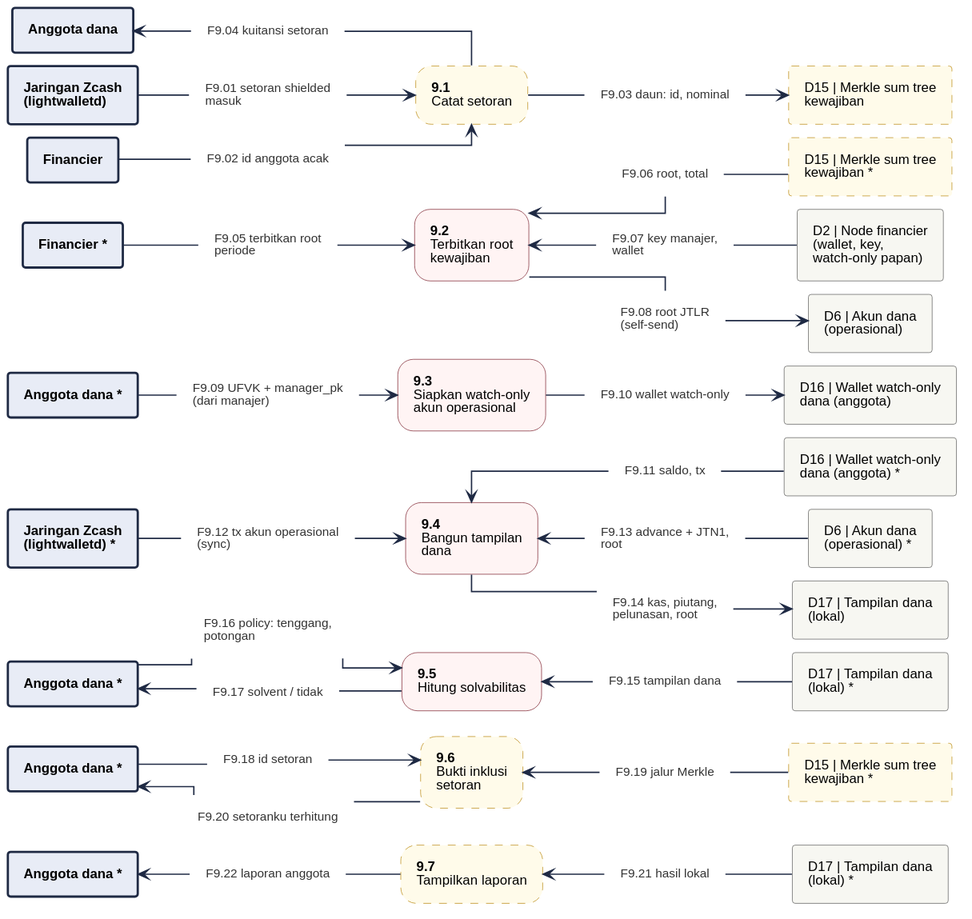
JitsuinFi/jitsuinfi-vault keeps this PlantUML diagram as 08-FlowDiagrams/assets/dfd-2-9.svg. Above is the earlier version.
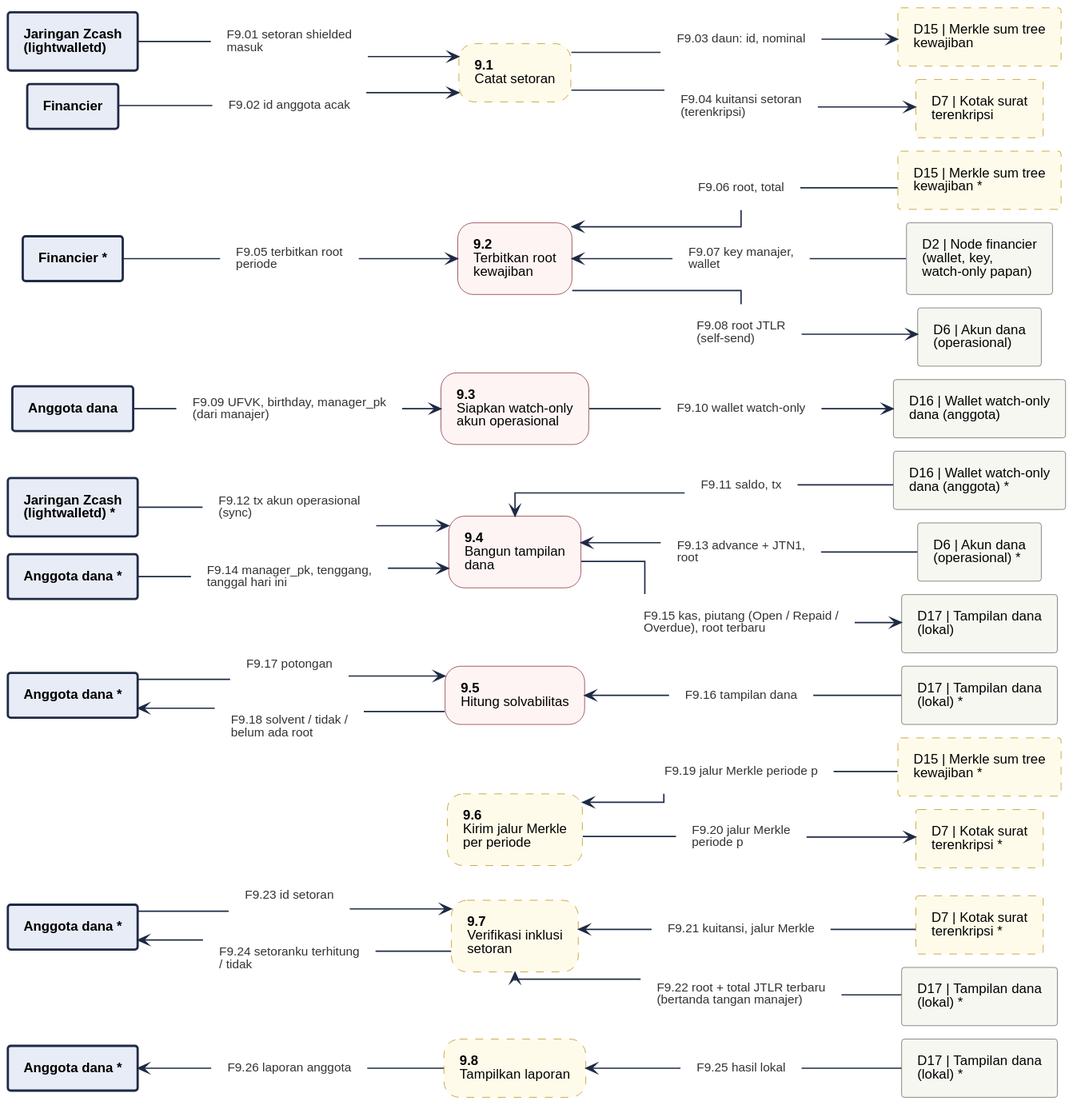
Later version of the same file.

What changed in the source:
```diff
@@ -3,28 +3,33 @@
 left to right direction
 skinparam nodesep 12
 skinparam ranksep 35
+rectangle "Anggota dana *" <<entity>> as M_8
+rectangle "D17 | Tampilan dana\n(lokal) *" <<store>> as D17_8
 rectangle "Anggota dana *" <<entity>> as M_7
 rectangle "D17 | Tampilan dana\n(lokal) *" <<store>> as D17_7
+rectangle "D7 | Kotak surat\nterenkripsi *" <<storeproposal>> as D7_7
+rectangle "D7 | Kotak surat\nterenkripsi *" <<storeproposal>> as D7_6
 rectangle "D15 | Merkle sum tree\nkewajiban *" <<storeproposal>> as D15_6
-rectangle "Anggota dana *" <<entity>> as M_6
 rectangle "Anggota dana *" <<entity>> as M_5
 rectangle "D17 | Tampilan dana\n(lokal) *" <<store>> as D17_5
 rectangle "D17 | Tampilan dana\n(lokal)" <<store>> as D17_4
+rectangle "Anggota dana *" <<entity>> as M_4
 rectangle "D6 | Akun dana\n(operasional) *" <<store>> as D6_4
 rectangle "Jaringan Zcash\n(lightwalletd) *" <<entity>> as Z_4
 rectangle "D16 | Wallet watch-only\ndana (anggota) *" <<store>> as D16_4
 rectangle "D16 | Wallet watch-only\ndana (anggota)" <<store>> as D16_3
-rectangle "Anggota dana *" <<entity>> as M_3
+rectangle "Anggota dana" <<entity>> as M_3
 rectangle "D6 | Akun dana\n(operasional)" <<store>> as D6_2
 rectangle "D2 | Node financier\n(wallet, key,\nwatch-only papan)" <<store>> as D2_2
 rectangle "D15 | Merkle sum tree\nkewajiban *" <<storeproposal>> as D15_2
 rectangle "Financier *" <<entity>> as F_2
-rectangle "Anggota dana" <<entity>> as M_1
+rectangle "D7 | Kotak surat\nterenkripsi" <<storeproposal>> as D7_1
 rectangle "D15 | Merkle sum tree\nkewajiban" <<storeproposal>> as D15_1
 rectangle "Financier" <<entity>> as F_1
 rectangle "Jaringan Zcash\n(lightwalletd)" <<entity>> as Z_1
-rectangle "**9.7**\nTampilkan laporan" <<proposal>> as P7
-rectangle "**9.6**\nBukti inklusi\nsetoran" <<proposal>> as P6
+rectangle "**9.8**\nTampilkan laporan" <<proposal>> as P8
+rectangle "**9.7**\nVerifikasi inklusi\nsetoran" <<proposal>> as P7
+rectangle "**9.6**\nKirim jalur Merkle\nper periode" <<proposal>> as P6
 rectangle "**9.5**\nHitung solvabilitas" <<process>> as P5
 rectangle "**9.4**\nBangun tampilan\ndana" <<process>> as P4
 rectangle "**9.3**\nSiapkan watch-only\nakun operasional" <<process>> as P3
@@ -33,33 +38,37 @@
 rectangle "F9.01 setoran shielded\nmasuk" <<flow>> as f_F9_01
 rectangle "F9.02 id anggota acak" <<flow>> as f_F9_02
 rectangle "F9.03 daun: id, nominal" <<flow>> as f_F9_03
-rectangle "F9.04 kuitansi setoran" <<flow>> as f_F9_04
+rectangle "F9.04 kuitansi setoran\n(terenkripsi)" <<flow>> as f_F9_04
 rectangle "F9.05 terbitkan root\nperiode" <<flow>> as f_F9_05
 rectangle "F9.06 root, total" <<flow>> as f_F9_06
 rectangle "F9.07 key manajer,\nwallet" <<flow>> as f_F9_07
 rectangle "F9.08 root JTLR\n(self-send)" <<flow>> as f_F9_08
-rectangle "F9.09 UFVK + manager_pk\n(dari manajer)" <<flow>> as f_F9_09
+rectangle "F9.09 UFVK, birthday, manager_pk\n(dari manajer)" <<flow>> as f_F9_09
 rectangle "F9.10 wallet watch-only" <<flow>> as f_F9_10
 rectangle "F9.11 saldo, tx" <<flow>> as f_F9_11
 rectangle "F9.12 tx akun operasional\n(sync)" <<flow>> as f_F9_12
 rectangle "F9.13 advance + JTN1,\nroot" <<flow>> as f_F9_13
-rectangle "F9.14 kas, piutang,\npelunasan, root" <<flow>> as f_F9_14
-rectangle "F9.15 tampilan dana" <<flow>> as f_F9_15
-rectangle "F9.16 policy: tenggang,\npotongan" <<flow>> as f_F9_16
-rectangle "F9.17 solvent / tidak" <<flow>> as f_F9_17
-rectangle "F9.18 id setoran" <<flow>> as f_F9_18
-rectangle "F9.19 jalur Merkle" <<flow>> as f_F9_19
-rectangle "F9.20 setoranku terhitung" <<flow>> as f_F9_20
-rectangle "F9.21 hasil lokal" <<flow>> as f_F9_21
-rectangle "F9.22 laporan anggota" <<flow>> as f_F9_22
+rectangle "F9.14 manager_pk, tenggang,\ntanggal hari ini" <<flow>> as f_F9_14
+rectangle "F9.15 kas, piutang (Open / Repaid /\nOverdue), root terbaru" <<flow>> as f_F9_15
+rectangle "F9.16 tampilan dana" <<flow>> as f_F9_16
+rectangle "F9.17 potongan" <<flow>> as f_F9_17
+rectangle "F9.18 solvent / tidak /\nbelum ada root" <<flow>> as f_F9_18
+rectangle "F9.19 jalur Merkle periode p" <<flow>> as f_F9_19
+rectangle "F9.20 jalur Merkle\nperiode p" <<flow>> as f_F9_20
+rectangle "F9.21 kuitansi, jalur Merkle" <<flow>> as f_F9_21
+rectangle "F9.22 root + total JTLR terbaru\n(bertanda tangan manajer)" <<flow>> as f_F9_22
+rectangle "F9.23 id setoran" <<flow>> as f_F9_23
+rectangle "F9.24 setoranku terhitung\n/ tidak" <<flow>> as f_F9_24
+rectangle "F9.25 hasil lokal" <<flow>> as f_F9_25
+rectangle "F9.26 laporan anggota" <<flow>> as f_F9_26
 Z_1 -- f_F9_01
 f_F9_01 --> P1
 F_1 -- f_F9_02
 f_F9_02 --> P1
 P1 -- f_F9_03
 f_F9_03 --> D15_1
-M_1 <-- f_F9_04
-f_F9_04 -- P1
+P1 -- f_F9_04
+f_F9_04 --> D7_1
 F_2 -- f_F9_05
 f_F9_05 --> P2
 P2 <-- f_F9_06
@@ -78,22 +87,34 @@
 f_F9_12 --> P4
 P4 <-- f_F9_13
 f_F9_13 -- D6_4
-P4 -- f_F9_14
-f_F9_14 --> D17_4
-P5 <-- f_F9_15
-f_F9_15 -- D17_5
-M_5 -- f_F9_16
-f_F9_16 --> P5
-M_5 <-- f_F9_17
-f_F9_17 -- P5
-M_6 -- f_F9_18
-f_F9_18 --> P6
+M_4 -- f_F9_14
+f_F9_14 --> P4
+P4 -- f_F9_15
+f_F9_15 --> D17_4
+P5 <-- f_F9_16
+f_F9_16 -- D17_5
+M_5 -- f_F9_17
+f_F9_17 --> P5
+M_5 <-- f_F9_18
+f_F9_18 -- P5
 P6 <-- f_F9_19
 f_F9_19 -- D15_6
-M_6 <-- f_F9_20
-f_F9_20 -- P6
+P6 -- f_F9_20
+f_F9_20 --> D7_6
 P7 <-- f_F9_21
-f_F9_21 -- D17_7
-M_7 <-- f_F9_22
-f_F9_22 -- P7
+f_F9_21 -- D7_7
+P7 <-- f_F9_22
+f_F9_22 -- D17_7
+M_7 -- f_F9_23
+f_F9_23 --> P7
+M_7 <-- f_F9_24
+f_F9_24 -- P7
+P8 <-- f_F9_25
+f_F9_25 -- D17_8
+M_8 <-- f_F9_26
+f_F9_26 -- P8
+rectangle " " <<spacer>> as sp_P6_a
+rectangle " " <<spacer>> as sp_P6_b
+sp_P6_a -[hidden]- sp_P6_b
+sp_P6_b -[hidden]- P6
 @enduml
```
